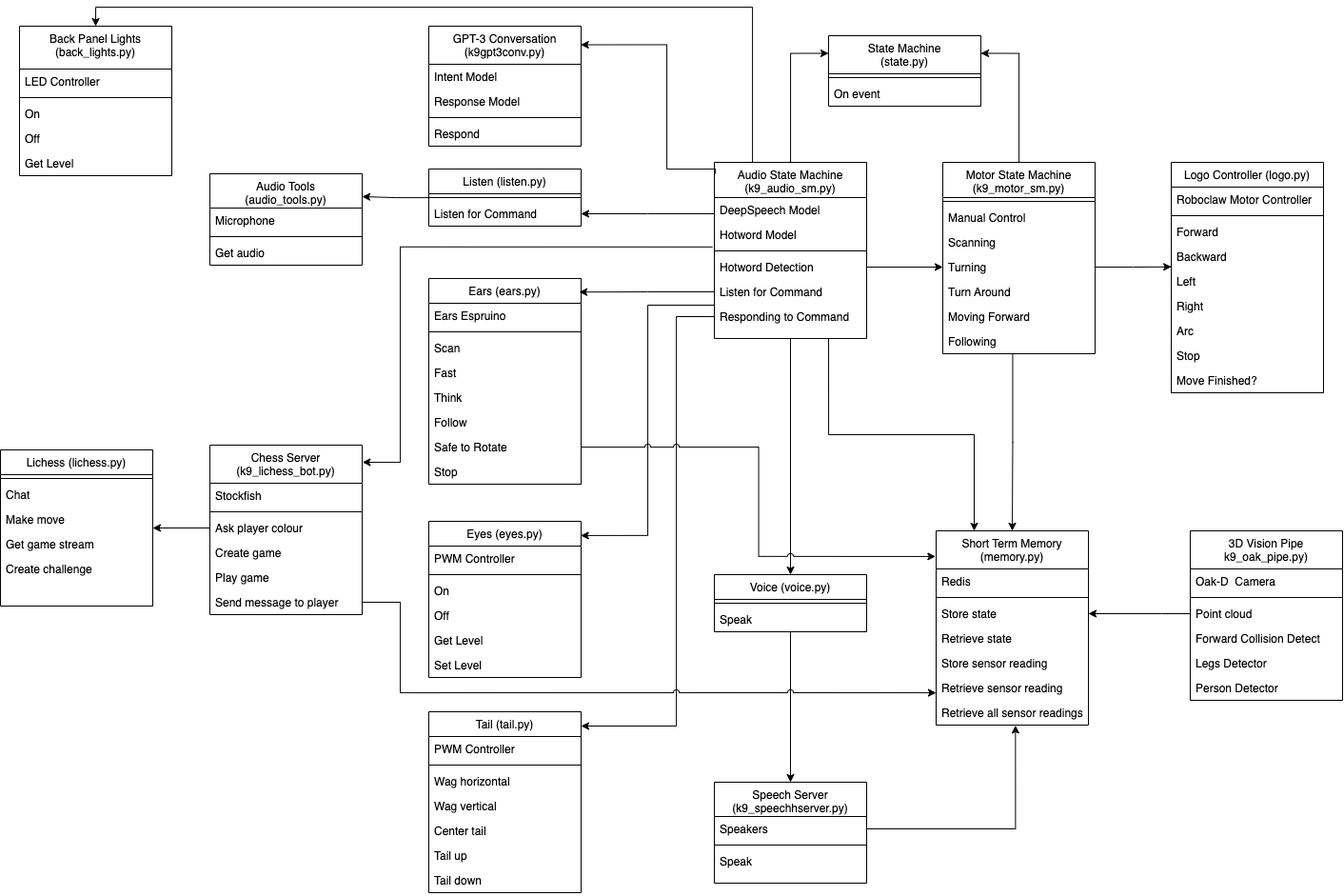
The draw.io diagram K9 class diagram.drawio.png in hopkira/k9, before a commit. Source tidied: cells renumbered, new cells last; positions are measured from the earlier drawing's top-left corner, leaving out a move shared by most shapes.
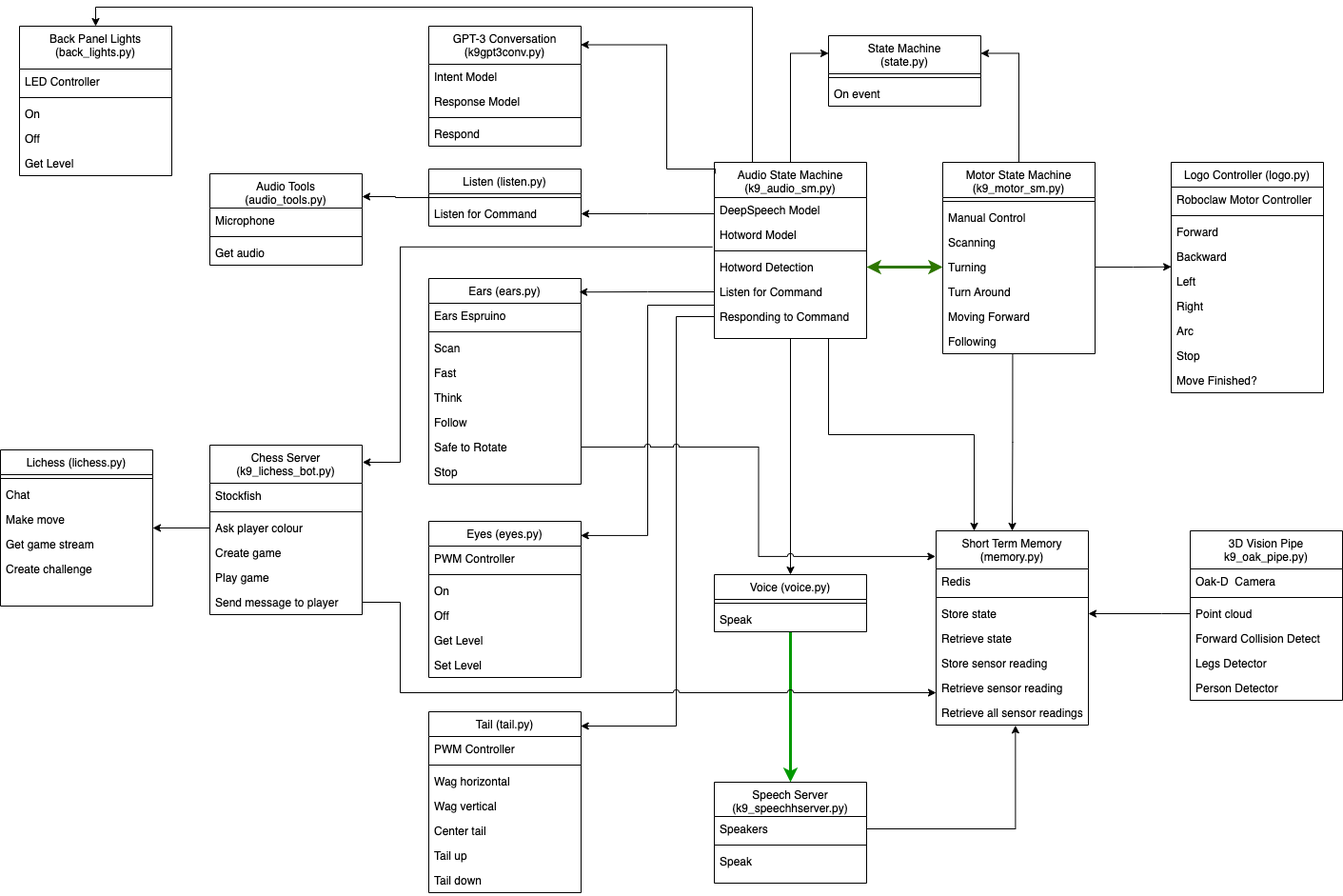
The same file after the commit.

The edit, as a diff of the source:
```diff
@@ -157,7 +157,7 @@
     <mxCell id="51" value="Set Level" style="text;align=left;verticalAlign=top;spacingLeft=4;spacingRight=4;overflow=hidden;" parent="45" vertex="1">
       <mxGeometry y="138" width="160" height="26" as="geometry" />
     </mxCell>
-    <mxCell id="52" style="edgeStyle=orthogonalEdgeStyle;rounded=0;jettySize=auto;html=1;entryX=0.5;entryY=0;entryDx=0;entryDy=0;" parent="1" edge="1" source="53" target="61">
+    <mxCell id="52" style="edgeStyle=orthogonalEdgeStyle;rounded=0;jettySize=auto;html=1;entryX=0.5;entryY=0;entryDx=0;entryDy=0;fillColor=#60a917;strokeColor=#009900;strokeWidth=3;" parent="1" edge="1" source="53" target="61">
       <mxGeometry relative="1" as="geometry" />
     </mxCell>
     <mxCell id="53" value="Voice (voice.py)" style="swimlane;fontStyle=0;align=center;verticalAlign=top;horizontal=1;startSize=26;rounded=0;shadow=0;strokeWidth=1;" parent="1" vertex="1">
@@ -377,7 +377,7 @@
         <mxPoint x="750" y="313" as="sourcePoint" />
       </mxGeometry>
     </mxCell>
-    <mxCell id="119" style="edgeStyle=orthogonalEdgeStyle;rounded=0;jettySize=auto;html=1;entryX=0;entryY=0.5;entryDx=0;entryDy=0;" parent="1" edge="1" source="10" target="18">
+    <mxCell id="119" style="edgeStyle=orthogonalEdgeStyle;rounded=0;jettySize=auto;html=1;entryX=0;entryY=0.5;entryDx=0;entryDy=0;startArrow=classic;startFill=1;fillColor=#60a917;strokeColor=#2D7600;strokeWidth=3;" parent="1" edge="1" source="10" target="18">
       <mxGeometry relative="1" as="geometry" />
     </mxCell>
     <mxCell id="120" style="edgeStyle=orthogonalEdgeStyle;rounded=0;jettySize=auto;html=1;entryX=0.998;entryY=0.079;entryDx=0;entryDy=0;entryPerimeter=0;" parent="1" edge="1" source="12" target="107">
```
